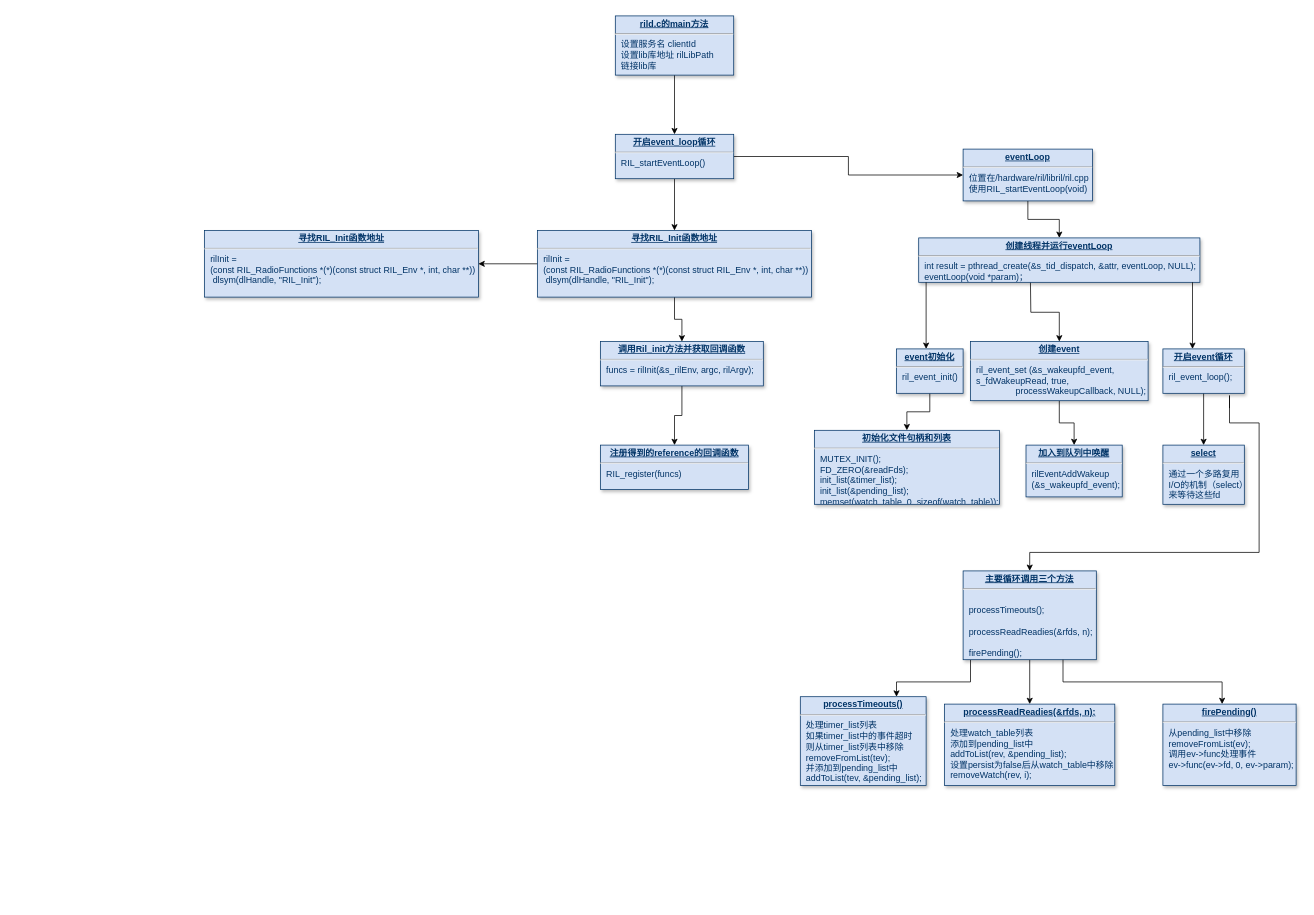
This is 未命名绘图.drawio from Easyhood/Tender, a draw.io file, before an edit. Source tidied: cells renumbered, new cells numbered last; positions are measured from the earlier drawing's top-left corner, leaving out a move shared by most shapes. Both pictures are drawn from the tidied source at 74%, with x=0, y=0 at pixel (204, 16).
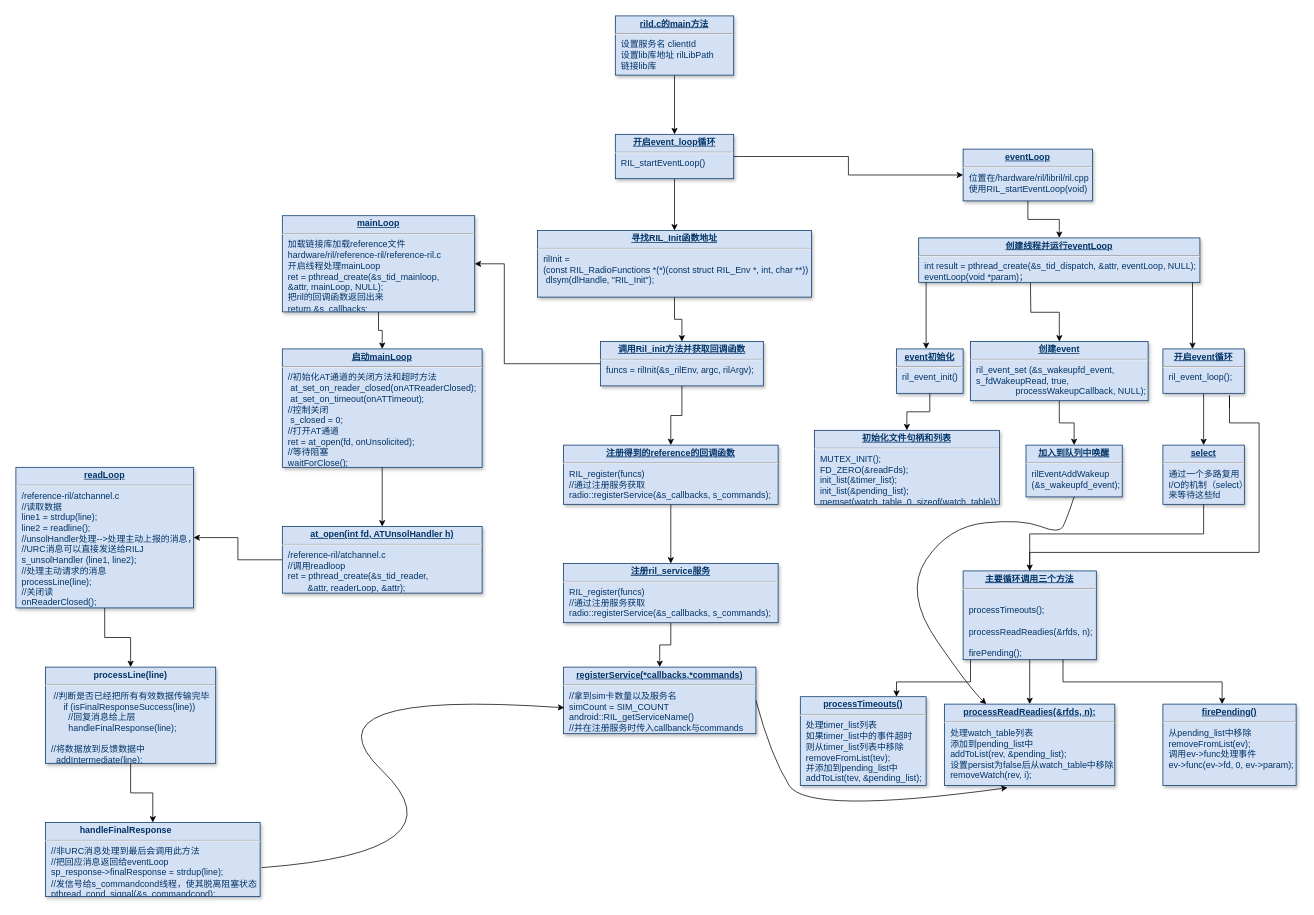
After the change.

Commit message:
更新未命名绘图.drawio

Unchanged cells that the change refers to:
```xml
<mxCell id="9" value="&lt;p style=&quot;margin: 4px 0px 0px ; text-align: center&quot;&gt;&lt;b&gt;&lt;u&gt;寻找RIL_Init函数地址&lt;/u&gt;&lt;/b&gt;&lt;br&gt;&lt;/p&gt;&lt;hr&gt;&lt;p style=&quot;margin: 0px ; margin-left: 8px&quot;&gt;rilInit =&lt;/p&gt;&lt;p style=&quot;margin: 0px ; margin-left: 8px&quot;&gt;(const RIL_Radio&lt;span&gt;Functions&amp;nbsp;&lt;/span&gt;&lt;span&gt;*(*)(const&amp;nbsp;&lt;/span&gt;&lt;span&gt;struct RIL_Env *,&amp;nbsp;&lt;/span&gt;&lt;span&gt;int, char **))&lt;/span&gt;&lt;/p&gt;&lt;p style=&quot;margin: 0px ; margin-left: 8px&quot;&gt;&amp;nbsp;&lt;span&gt;dlsym&lt;/span&gt;&lt;span&gt;(dlHandle, &quot;RIL_Init&quot;);&lt;/span&gt;&lt;/p&gt;" style="verticalAlign=top;align=left;overflow=fill;fontSize=12;fontFamily=Helvetica;html=1;strokeColor=#003366;shadow=1;fillColor=#D4E1F5;fontColor=#003366;" parent="1" vertex="1">
  <mxGeometry x="450" y="290" width="370" height="90" as="geometry" />
</mxCell>
<mxCell id="11" value="&lt;p style=&quot;margin: 4px 0px 0px ; text-align: center&quot;&gt;&lt;b&gt;&lt;u&gt;调用Ril_init方法并获取回调函数&lt;/u&gt;&lt;/b&gt;&lt;br&gt;&lt;/p&gt;&lt;hr&gt;&lt;p style=&quot;margin: 0px ; margin-left: 8px&quot;&gt;funcs = rilInit(&amp;amp;s_rilEnv, argc, rilArgv);&lt;br&gt;&lt;/p&gt;" style="verticalAlign=top;align=left;overflow=fill;fontSize=12;fontFamily=Helvetica;html=1;strokeColor=#003366;shadow=1;fillColor=#D4E1F5;fontColor=#003366;" parent="1" vertex="1">
  <mxGeometry x="535" y="440" width="220" height="60" as="geometry" />
</mxCell>
<mxCell id="23" value="&lt;p style=&quot;margin: 4px 0px 0px ; text-align: center&quot;&gt;&lt;b&gt;&lt;u&gt;加入到队列中唤醒&lt;/u&gt;&lt;/b&gt;&lt;br&gt;&lt;/p&gt;&lt;hr&gt;&lt;p style=&quot;margin: 0px ; margin-left: 8px&quot;&gt;rilEventAddWakeup&amp;nbsp;&lt;/p&gt;&lt;p style=&quot;margin: 0px ; margin-left: 8px&quot;&gt;(&amp;amp;s_wakeupfd_event);&lt;br&gt;&lt;/p&gt;" style="verticalAlign=top;align=left;overflow=fill;fontSize=12;fontFamily=Helvetica;html=1;strokeColor=#003366;shadow=1;fillColor=#D4E1F5;fontColor=#003366;" parent="1" vertex="1">
  <mxGeometry x="1110" y="580" width="130" height="70" as="geometry" />
</mxCell>
<mxCell id="28" value="&lt;p style=&quot;margin: 4px 0px 0px ; text-align: center&quot;&gt;&lt;b&gt;&lt;u&gt;select&lt;/u&gt;&lt;/b&gt;&lt;br&gt;&lt;/p&gt;&lt;hr&gt;&lt;p style=&quot;margin: 0px ; margin-left: 8px&quot;&gt;通过一个多路复用&lt;/p&gt;&lt;p style=&quot;margin: 0px ; margin-left: 8px&quot;&gt;I/O的机制（select）&lt;/p&gt;&lt;p style=&quot;margin: 0px ; margin-left: 8px&quot;&gt;来等待这些fd&lt;br&gt;&lt;/p&gt;" style="verticalAlign=top;align=left;overflow=fill;fontSize=12;fontFamily=Helvetica;html=1;strokeColor=#003366;shadow=1;fillColor=#D4E1F5;fontColor=#003366;" parent="1" vertex="1">
  <mxGeometry x="1295" y="580" width="110" height="80" as="geometry" />
</mxCell>
<mxCell id="31" value="&lt;p style=&quot;margin: 4px 0px 0px ; text-align: center&quot;&gt;&lt;b&gt;&lt;u&gt;主要循环调用三个方法&lt;/u&gt;&lt;/b&gt;&lt;br&gt;&lt;/p&gt;&lt;hr&gt;&lt;p style=&quot;margin: 0px ; margin-left: 8px&quot;&gt;&lt;br&gt;&lt;/p&gt;&lt;p style=&quot;margin: 0px ; margin-left: 8px&quot;&gt;processTimeouts();&lt;/p&gt;&lt;p style=&quot;margin: 0px ; margin-left: 8px&quot;&gt;&lt;br&gt;&lt;/p&gt;&lt;p style=&quot;margin: 0px ; margin-left: 8px&quot;&gt;processReadReadies(&amp;amp;rfds, n);&lt;/p&gt;&lt;p style=&quot;margin: 0px ; margin-left: 8px&quot;&gt;&lt;br&gt;&lt;/p&gt;&lt;p style=&quot;margin: 0px ; margin-left: 8px&quot;&gt;firePending();&lt;/p&gt;" style="verticalAlign=top;align=left;overflow=fill;fontSize=12;fontFamily=Helvetica;html=1;strokeColor=#003366;shadow=1;fillColor=#D4E1F5;fontColor=#003366;" parent="1" vertex="1">
  <mxGeometry x="1025" y="750" width="180" height="120" as="geometry" />
</mxCell>
<mxCell id="33" value="&lt;p style=&quot;margin: 4px 0px 0px ; text-align: center&quot;&gt;&lt;b&gt;&lt;u&gt;processReadReadies(&amp;amp;rfds, n);&lt;/u&gt;&lt;/b&gt;&lt;br&gt;&lt;/p&gt;&lt;hr&gt;&lt;p style=&quot;margin: 0px ; margin-left: 8px&quot;&gt;处理watch_table列表&lt;br&gt;&lt;/p&gt;&lt;p style=&quot;margin: 0px ; margin-left: 8px&quot;&gt;添加到pending_list中&lt;br&gt;&lt;/p&gt;&lt;p style=&quot;margin: 0px ; margin-left: 8px&quot;&gt;addToList(rev, &amp;amp;pending_list);&lt;br&gt;&lt;/p&gt;&lt;p style=&quot;margin: 0px ; margin-left: 8px&quot;&gt;设置persist为false后从watch_table中移除&lt;br&gt;&lt;/p&gt;&lt;p style=&quot;margin: 0px ; margin-left: 8px&quot;&gt;removeWatch(rev, i);&lt;br&gt;&lt;/p&gt;" style="verticalAlign=top;align=left;overflow=fill;fontSize=12;fontFamily=Helvetica;html=1;strokeColor=#003366;shadow=1;fillColor=#D4E1F5;fontColor=#003366;" parent="1" vertex="1">
  <mxGeometry x="1000" y="930" width="230" height="110" as="geometry" />
</mxCell>
```

The edit, as a diff of the source:
```diff
@@
-    <mxCell id="8" style="edgeStyle=orthogonalEdgeStyle;rounded=0;jettySize=auto;html=1;" parent="1" edge="1" source="9" target="36">
-      <mxGeometry relative="1" as="geometry" />
-    </mxCell>
@@
+    <mxCell id="37" style="edgeStyle=orthogonalEdgeStyle;rounded=0;jettySize=auto;html=1;exitX=0;exitY=0.5;exitDx=0;exitDy=0;" parent="1" edge="1" source="11" target="40">
+      <mxGeometry relative="1" as="geometry">
+        <Array as="points">
+          <mxPoint x="405" y="470" />
+          <mxPoint x="405" y="335" />
+        </Array>
+      </mxGeometry>
+    </mxCell>
@@
+    <mxCell id="38" style="edgeStyle=orthogonalEdgeStyle;rounded=0;jettySize=auto;html=1;" parent="1" edge="1" source="12" target="51">
+      <mxGeometry relative="1" as="geometry" />
+    </mxCell>
-    <mxCell id="12" value="&lt;p style=&quot;margin: 4px 0px 0px ; text-align: center&quot;&gt;&lt;b&gt;&lt;u&gt;注册得到的reference的回调函数&lt;/u&gt;&lt;/b&gt;&lt;br&gt;&lt;/p&gt;&lt;hr&gt;&lt;p style=&quot;margin: 0px ; margin-left: 8px&quot;&gt;RIL_register(funcs)&lt;br&gt;&lt;/p&gt;" style="verticalAlign=top;align=left;overflow=fill;fontSize=12;fontFamily=Helvetica;html=1;strokeColor=#003366;shadow=1;fillColor=#D4E1F5;fontColor=#003366;" parent="1" vertex="1">
-      <mxGeometry x="535" y="580" width="200" height="60" as="geometry" />
+    <mxCell id="12" value="&lt;p style=&quot;margin: 4px 0px 0px ; text-align: center&quot;&gt;&lt;b&gt;&lt;u&gt;注册得到的reference的回调函数&lt;/u&gt;&lt;/b&gt;&lt;br&gt;&lt;/p&gt;&lt;hr&gt;&lt;p style=&quot;margin: 0px ; margin-left: 8px&quot;&gt;RIL_register(funcs)&lt;br&gt;&lt;/p&gt;&lt;p style=&quot;margin: 0px ; margin-left: 8px&quot;&gt;//通过注册服务获取&lt;br&gt;&lt;/p&gt;&lt;p style=&quot;margin: 0px ; margin-left: 8px&quot;&gt;radio::registerService(&amp;amp;s_callbacks, s_commands);&lt;br&gt;&lt;/p&gt;" style="verticalAlign=top;align=left;overflow=fill;fontSize=12;fontFamily=Helvetica;html=1;strokeColor=#003366;shadow=1;fillColor=#D4E1F5;fontColor=#003366;" parent="1" vertex="1">
+      <mxGeometry x="485" y="580" width="290" height="80" as="geometry" />
     </mxCell>
@@
-    <mxCell id="36" value="&lt;p style=&quot;margin: 4px 0px 0px ; text-align: center&quot;&gt;&lt;b&gt;&lt;u&gt;寻找RIL_Init函数地址&lt;/u&gt;&lt;/b&gt;&lt;br&gt;&lt;/p&gt;&lt;hr&gt;&lt;p style=&quot;margin: 0px ; margin-left: 8px&quot;&gt;rilInit =&lt;/p&gt;&lt;p style=&quot;margin: 0px ; margin-left: 8px&quot;&gt;(const RIL_Radio&lt;span&gt;Functions&amp;nbsp;&lt;/span&gt;&lt;span&gt;*(*)(const&amp;nbsp;&lt;/span&gt;&lt;span&gt;struct RIL_Env *,&amp;nbsp;&lt;/span&gt;&lt;span&gt;int, char **))&lt;/span&gt;&lt;/p&gt;&lt;p style=&quot;margin: 0px ; margin-left: 8px&quot;&gt;&amp;nbsp;&lt;span&gt;dlsym&lt;/span&gt;&lt;span&gt;(dlHandle, &quot;RIL_Init&quot;);&lt;/span&gt;&lt;/p&gt;" style="verticalAlign=top;align=left;overflow=fill;fontSize=12;fontFamily=Helvetica;html=1;strokeColor=#003366;shadow=1;fillColor=#D4E1F5;fontColor=#003366;" parent="1" vertex="1">
-      <mxGeometry y="290" width="370" height="90" as="geometry" />
-    </mxCell>
+    <mxCell id="39" style="edgeStyle=orthogonalEdgeStyle;rounded=0;jettySize=auto;html=1;" parent="1" edge="1" source="40" target="42">
+      <mxGeometry relative="1" as="geometry" />
+    </mxCell>
+    <mxCell id="40" value="&lt;p style=&quot;margin: 4px 0px 0px ; text-align: center&quot;&gt;&lt;b&gt;&lt;u&gt;mainLoop&lt;/u&gt;&lt;/b&gt;&lt;br&gt;&lt;/p&gt;&lt;hr&gt;&lt;p style=&quot;margin: 0px ; margin-left: 8px&quot;&gt;加载链接库加载reference文件&lt;br&gt;&lt;/p&gt;&lt;p style=&quot;margin: 0px ; margin-left: 8px&quot;&gt;hardware/ril/reference-ril/reference-ril.c&lt;br&gt;&lt;/p&gt;&lt;p style=&quot;margin: 0px ; margin-left: 8px&quot;&gt;开启线程处理mainLoop&lt;br&gt;&lt;/p&gt;&lt;p style=&quot;margin: 0px ; margin-left: 8px&quot;&gt;ret = pthread_create(&amp;amp;s_tid_mainloop,&amp;nbsp;&lt;/p&gt;&lt;p style=&quot;margin: 0px ; margin-left: 8px&quot;&gt;&amp;amp;attr, mainLoop, NULL);&lt;br&gt;&lt;/p&gt;&lt;p style=&quot;margin: 0px ; margin-left: 8px&quot;&gt;把ril的回调函数返回出来&lt;br&gt;&lt;/p&gt;&lt;p style=&quot;margin: 0px ; margin-left: 8px&quot;&gt;return &amp;amp;s_callbacks;&lt;br&gt;&lt;/p&gt;" style="verticalAlign=top;align=left;overflow=fill;fontSize=12;fontFamily=Helvetica;html=1;strokeColor=#003366;shadow=1;fillColor=#D4E1F5;fontColor=#003366;" parent="1" vertex="1">
+      <mxGeometry x="105" y="270" width="260" height="130" as="geometry" />
+    </mxCell>
+    <mxCell id="41" style="edgeStyle=orthogonalEdgeStyle;rounded=0;jettySize=auto;html=1;" parent="1" edge="1" source="42" target="44">
+      <mxGeometry relative="1" as="geometry" />
+    </mxCell>
+    <mxCell id="42" value="&lt;p style=&quot;margin: 4px 0px 0px ; text-align: center&quot;&gt;&lt;b&gt;&lt;u&gt;启动mainLoop&lt;/u&gt;&lt;/b&gt;&lt;br&gt;&lt;/p&gt;&lt;hr&gt;&lt;p style=&quot;margin: 0px ; margin-left: 8px&quot;&gt;//初始化AT通道的关闭方法和超时方法&lt;br&gt;&lt;/p&gt;&lt;p style=&quot;margin: 0px ; margin-left: 8px&quot;&gt;&amp;nbsp;at_set_on_reader_closed(onATReaderClosed);&lt;/p&gt;&lt;p style=&quot;margin: 0px ; margin-left: 8px&quot;&gt;&lt;span&gt;&amp;nbsp;at_set_on_timeout(onATTimeout);&lt;/span&gt;&lt;/p&gt;&lt;p style=&quot;margin: 0px ; margin-left: 8px&quot;&gt;//控制关闭&lt;/p&gt;&lt;p style=&quot;margin: 0px ; margin-left: 8px&quot;&gt;&lt;/p&gt;&lt;p style=&quot;margin: 0px ; margin-left: 8px&quot;&gt;&amp;nbsp;s_closed = 0;&lt;/p&gt;&lt;p style=&quot;margin: 0px ; margin-left: 8px&quot;&gt;//打开AT通道&lt;/p&gt;&lt;p style=&quot;margin: 0px ; margin-left: 8px&quot;&gt;ret = at_open(fd, onUnsolicited);&lt;br&gt;&lt;/p&gt;&lt;p style=&quot;margin: 0px ; margin-left: 8px&quot;&gt;//等待阻塞&lt;/p&gt;&lt;p style=&quot;margin: 0px ; margin-left: 8px&quot;&gt;waitForClose();&lt;br&gt;&lt;/p&gt;" style="verticalAlign=top;align=left;overflow=fill;fontSize=12;fontFamily=Helvetica;html=1;strokeColor=#003366;shadow=1;fillColor=#D4E1F5;fontColor=#003366;" parent="1" vertex="1">
+      <mxGeometry x="105" y="450" width="270" height="160" as="geometry" />
+    </mxCell>
+    <mxCell id="43" style="edgeStyle=orthogonalEdgeStyle;rounded=0;jettySize=auto;html=1;" parent="1" edge="1" source="44" target="46">
+      <mxGeometry relative="1" as="geometry" />
+    </mxCell>
+    <mxCell id="44" value="&lt;p style=&quot;margin: 4px 0px 0px ; text-align: center&quot;&gt;&lt;b&gt;&lt;u&gt;at_open(int fd, ATUnsolHandler h)&lt;/u&gt;&lt;/b&gt;&lt;br&gt;&lt;/p&gt;&lt;hr&gt;&lt;p style=&quot;margin: 0px ; margin-left: 8px&quot;&gt;/reference-ril/atchannel.c&lt;br&gt;&lt;/p&gt;&lt;p style=&quot;margin: 0px ; margin-left: 8px&quot;&gt;//调用readloop&lt;/p&gt;&lt;p style=&quot;margin: 0px ; margin-left: 8px&quot;&gt;ret = pthread_create(&amp;amp;s_tid_reader,&amp;nbsp;&lt;/p&gt;&lt;p style=&quot;margin: 0px ; margin-left: 8px&quot;&gt;&amp;nbsp; &amp;nbsp; &amp;nbsp; &amp;nbsp; &amp;amp;attr, readerLoop, &amp;amp;attr);&lt;br&gt;&lt;/p&gt;" style="verticalAlign=top;align=left;overflow=fill;fontSize=12;fontFamily=Helvetica;html=1;strokeColor=#003366;shadow=1;fillColor=#D4E1F5;fontColor=#003366;" parent="1" vertex="1">
+      <mxGeometry x="105" y="690" width="270" height="90" as="geometry" />
+    </mxCell>
+    <mxCell id="45" style="edgeStyle=orthogonalEdgeStyle;rounded=0;jettySize=auto;html=1;" parent="1" edge="1" source="46" target="48">
+      <mxGeometry relative="1" as="geometry" />
+    </mxCell>
+    <mxCell id="46" value="&lt;p style=&quot;margin: 4px 0px 0px ; text-align: center&quot;&gt;&lt;b&gt;&lt;u&gt;readLoop&lt;/u&gt;&lt;/b&gt;&lt;br&gt;&lt;/p&gt;&lt;hr&gt;&lt;p style=&quot;margin: 0px ; margin-left: 8px&quot;&gt;/reference-ril/atchannel.c&lt;br&gt;&lt;/p&gt;&lt;p style=&quot;margin: 0px ; margin-left: 8px&quot;&gt;//读取数据&lt;/p&gt;&lt;p style=&quot;margin: 0px ; margin-left: 8px&quot;&gt;line1 = strdup(line);&lt;/p&gt;&lt;p style=&quot;margin: 0px ; margin-left: 8px&quot;&gt;line2 = readline();&lt;/p&gt;&lt;p style=&quot;margin: 0px ; margin-left: 8px&quot;&gt;//unsolHandler处理--&amp;gt;处理主动上报的消息，&lt;/p&gt;&lt;p style=&quot;margin: 0px ; margin-left: 8px&quot;&gt;//URC消息可以直接发送给RILJ&lt;br&gt;&lt;/p&gt;&lt;p style=&quot;margin: 0px ; margin-left: 8px&quot;&gt;s_unsolHandler (line1, line2);&lt;br&gt;&lt;/p&gt;&lt;p style=&quot;margin: 0px ; margin-left: 8px&quot;&gt;//处理主动请求的消息&lt;br&gt;&lt;/p&gt;&lt;p style=&quot;margin: 0px ; margin-left: 8px&quot;&gt;processLine(line);&lt;br&gt;&lt;/p&gt;&lt;p style=&quot;margin: 0px ; margin-left: 8px&quot;&gt;//关闭读&lt;br&gt;&lt;/p&gt;&lt;p style=&quot;margin: 0px ; margin-left: 8px&quot;&gt;onReaderClosed();&lt;br&gt;&lt;/p&gt;" style="verticalAlign=top;align=left;overflow=fill;fontSize=12;fontFamily=Helvetica;html=1;strokeColor=#003366;shadow=1;fillColor=#D4E1F5;fontColor=#003366;" parent="1" vertex="1">
+      <mxGeometry x="-255" y="610" width="240" height="190" as="geometry" />
+    </mxCell>
+    <mxCell id="47" style="edgeStyle=orthogonalEdgeStyle;rounded=0;jettySize=auto;html=1;" parent="1" edge="1" source="48" target="49">
+      <mxGeometry relative="1" as="geometry" />
+    </mxCell>
+    <mxCell id="48" value="&lt;p style=&quot;margin: 4px 0px 0px ; text-align: center&quot;&gt;&lt;span style=&quot;text-align: left&quot;&gt;&lt;b&gt;processLine(line)&lt;/b&gt;&lt;/span&gt;&lt;br&gt;&lt;/p&gt;&lt;hr&gt;&lt;p style=&quot;margin: 0px ; margin-left: 8px&quot;&gt;&amp;nbsp;//判断是否已经把所有有效数据传输完毕&lt;/p&gt;&lt;p style=&quot;margin: 0px ; margin-left: 8px&quot;&gt;&amp;nbsp; &amp;nbsp; &amp;nbsp;if (isFinalResponseSuccess(line))&lt;/p&gt;&lt;p style=&quot;margin: 0px ; margin-left: 8px&quot;&gt;&amp;nbsp;&lt;span&gt;&amp;nbsp; &amp;nbsp; &amp;nbsp; //回复消息给上层&lt;/span&gt;&lt;/p&gt;&lt;p style=&quot;margin: 0px ; margin-left: 8px&quot;&gt;&amp;nbsp; &amp;nbsp; &amp;nbsp; &amp;nbsp;handleFinalResponse(line);&lt;/p&gt;&lt;p style=&quot;margin: 0px ; margin-left: 8px&quot;&gt;&lt;br&gt;&lt;/p&gt;&lt;p style=&quot;margin: 0px ; margin-left: 8px&quot;&gt;//将数据放到反馈数据中&lt;/p&gt;&lt;p style=&quot;margin: 0px ; margin-left: 8px&quot;&gt;&amp;nbsp; addIntermediate(line);&lt;/p&gt;" style="verticalAlign=top;align=left;overflow=fill;fontSize=12;fontFamily=Helvetica;html=1;strokeColor=#003366;shadow=1;fillColor=#D4E1F5;fontColor=#003366;" parent="1" vertex="1">
+      <mxGeometry x="-215" y="880" width="230" height="130" as="geometry" />
+    </mxCell>
+    <mxCell id="49" value="&lt;p style=&quot;text-align: left ; margin: 4px 0px 0px&quot;&gt;&amp;nbsp; &amp;nbsp; &amp;nbsp; &amp;nbsp; &amp;nbsp; &amp;nbsp; &amp;nbsp;&lt;b&gt; handleFinalResponse&lt;br&gt;&lt;/b&gt;&lt;/p&gt;&lt;hr&gt;&lt;p style=&quot;margin: 0px ; margin-left: 8px&quot;&gt;//非URC消息处理到最后会调用此方法&lt;/p&gt;&lt;p style=&quot;margin: 0px ; margin-left: 8px&quot;&gt;//把回应消息返回给eventLoop&lt;/p&gt;&lt;p style=&quot;margin: 0px ; margin-left: 8px&quot;&gt;sp_response-&amp;gt;finalResponse = strdup(line);&lt;br&gt;&lt;/p&gt;&lt;p style=&quot;margin: 0px ; margin-left: 8px&quot;&gt;//发信号给s_commandcond线程，使其脱离阻塞状态&lt;br&gt;&lt;/p&gt;&lt;p style=&quot;margin: 0px ; margin-left: 8px&quot;&gt;pthread_cond_signal(&amp;amp;s_commandcond);&lt;br&gt;&lt;/p&gt;" style="verticalAlign=top;align=left;overflow=fill;fontSize=12;fontFamily=Helvetica;html=1;strokeColor=#003366;shadow=1;fillColor=#D4E1F5;fontColor=#003366;" parent="1" vertex="1">
+      <mxGeometry x="-215" y="1090" width="290" height="100" as="geometry" />
+    </mxCell>
+    <mxCell id="50" style="edgeStyle=orthogonalEdgeStyle;rounded=0;jettySize=auto;html=1;" parent="1" edge="1" source="51" target="52">
+      <mxGeometry relative="1" as="geometry" />
+    </mxCell>
+    <mxCell id="51" value="&lt;p style=&quot;margin: 4px 0px 0px ; text-align: center&quot;&gt;&lt;b&gt;&lt;u&gt;注册ril_service服务&lt;/u&gt;&lt;/b&gt;&lt;br&gt;&lt;/p&gt;&lt;hr&gt;&lt;p style=&quot;margin: 0px ; margin-left: 8px&quot;&gt;RIL_register(funcs)&lt;br&gt;&lt;/p&gt;&lt;p style=&quot;margin: 0px ; margin-left: 8px&quot;&gt;//通过注册服务获取&lt;br&gt;&lt;/p&gt;&lt;p style=&quot;margin: 0px ; margin-left: 8px&quot;&gt;radio::registerService(&amp;amp;s_callbacks, s_commands);&lt;br&gt;&lt;/p&gt;" style="verticalAlign=top;align=left;overflow=fill;fontSize=12;fontFamily=Helvetica;html=1;strokeColor=#003366;shadow=1;fillColor=#D4E1F5;fontColor=#003366;" parent="1" vertex="1">
+      <mxGeometry x="485" y="740" width="290" height="80" as="geometry" />
+    </mxCell>
+    <mxCell id="52" value="&lt;p style=&quot;margin: 4px 0px 0px ; text-align: center&quot;&gt;&lt;b&gt;&lt;u&gt;registerService(&lt;/u&gt;&lt;/b&gt;&lt;span&gt;&lt;b&gt;&lt;u&gt;*callbacks,&lt;/u&gt;&lt;/b&gt;&lt;/span&gt;&lt;span&gt;&lt;b&gt;&lt;u&gt;*commands&lt;/u&gt;&lt;/b&gt;&lt;/span&gt;&lt;b&gt;&lt;u&gt;)&lt;/u&gt;&lt;/b&gt;&lt;/p&gt;&lt;hr&gt;&lt;p style=&quot;margin: 0px ; margin-left: 8px&quot;&gt;&lt;span&gt;//拿到sim卡数量以及服务名&lt;/span&gt;&lt;br&gt;&lt;/p&gt;&lt;p style=&quot;margin: 0px ; margin-left: 8px&quot;&gt;&lt;span&gt;simCount = SIM_COUNT&lt;br&gt;&lt;/span&gt;&lt;/p&gt;&lt;p style=&quot;margin: 0px ; margin-left: 8px&quot;&gt;android::RIL_getServiceName()&lt;br&gt;&lt;/p&gt;&lt;p style=&quot;margin: 0px ; margin-left: 8px&quot;&gt;//并在注册服务时传入callbanck与commands&lt;/p&gt;&lt;p style=&quot;margin: 0px ; margin-left: 8px&quot;&gt;&lt;br&gt;&lt;/p&gt;" style="verticalAlign=top;align=left;overflow=fill;fontSize=12;fontFamily=Helvetica;html=1;strokeColor=#003366;shadow=1;fillColor=#D4E1F5;fontColor=#003366;" parent="1" vertex="1">
+      <mxGeometry x="485" y="880" width="260" height="90" as="geometry" />
+    </mxCell>
+    <mxCell id="53" style="curved=1;endArrow=classic;html=1;rounded=0;exitX=1.007;exitY=0.61;exitDx=0;exitDy=0;exitPerimeter=0;entryX=0.004;entryY=0.611;entryDx=0;entryDy=0;entryPerimeter=0;" parent="1" edge="1" source="49" target="52">
+      <mxGeometry relative="1" as="geometry">
+        <Array as="points">
+          <mxPoint x="355" y="1130" />
+          <mxPoint x="125" y="910" />
+        </Array>
+      </mxGeometry>
+    </mxCell>
+    <mxCell id="54" style="curved=1;endArrow=classic;html=1;rounded=0;exitX=1;exitY=0.5;exitDx=0;exitDy=0;entryX=0.37;entryY=1.027;entryDx=0;entryDy=0;entryPerimeter=0;" parent="1" edge="1" source="52" target="33">
+      <mxGeometry relative="1" as="geometry">
+        <Array as="points">
+          <mxPoint x="765" y="1000" />
+          <mxPoint x="815" y="1080" />
+        </Array>
+      </mxGeometry>
+    </mxCell>
+    <mxCell id="55" style="curved=1;endArrow=classic;html=1;rounded=0;exitX=0.5;exitY=1;exitDx=0;exitDy=0;" parent="1" edge="1" source="23" target="33">
+      <mxGeometry relative="1" as="geometry">
+        <Array as="points">
+          <mxPoint x="1165" y="680" />
+          <mxPoint x="1155" y="700" />
+          <mxPoint x="1105" y="680" />
+          <mxPoint x="1005" y="690" />
+          <mxPoint x="945" y="780" />
+          <mxPoint x="1035" y="910" />
+        </Array>
+      </mxGeometry>
+    </mxCell>
+    <mxCell id="56" style="endArrow=none;html=1;rounded=0;entryX=0.5;entryY=1;entryDx=0;entryDy=0;exitX=0.5;exitY=0;exitDx=0;exitDy=0;" parent="1" edge="1" source="31" target="28">
+      <mxGeometry relative="1" as="geometry">
+        <Array as="points">
+          <mxPoint x="1115" y="700" />
+          <mxPoint x="1350" y="700" />
+        </Array>
+      </mxGeometry>
+    </mxCell>
```
